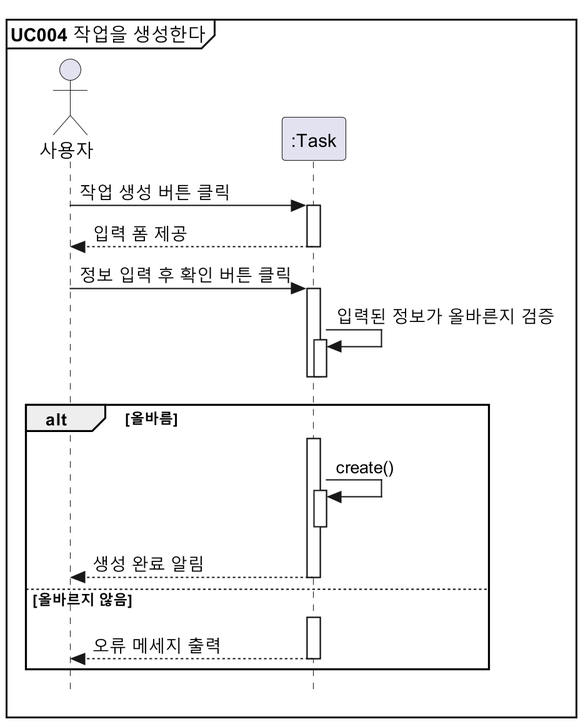
This is docs/설계명세서/images/seq_diag/uc004.png from parkchamchi/SoftwareEngineering2023, a PlantUML export, as it was before one commit. Source of this version:
```plantuml
@startuml
!includesub style.puml!STYLE

mainframe **UC004** 작업을 생성한다

actor 사용자
participant ":Task" as Task

사용자 -> Task : 작업 생성 버튼 클릭
Task --> 사용자 : 입력 폼 제공

사용자 -> Task : 정보 입력 후 확인 버튼 클릭
Task -> Task : 입력된 정보가 올바른지 검증
deactivate Task
deactivate Task

alt 올바름
	사용자 -[hidden]> Task
	Task -> Task : create()
	deactivate Task
	Task --> 사용자 : 생성 완료 알림
else 올바르지 않음
	사용자 -[hidden]> Task
	Task --> 사용자 : 오류 메세지 출력
end

@enduml
```
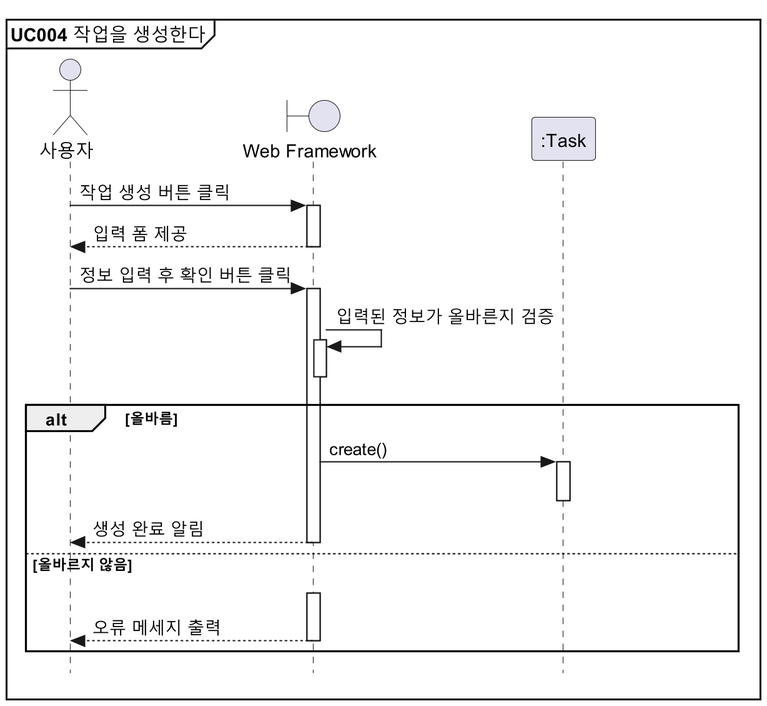
The same diagram one commit later.

Change to the diagram source:
```diff
@@ -3,25 +3,24 @@
 
 mainframe **UC004** 작업을 생성한다
 
-actor 사용자
+!includesub style.puml!PARTICIPANTS
 participant ":Task" as Task
 
-사용자 -> Task : 작업 생성 버튼 클릭
-Task --> 사용자 : 입력 폼 제공
+사용자 -> view : 작업 생성 버튼 클릭
+view --> 사용자 : 입력 폼 제공
 
-사용자 -> Task : 정보 입력 후 확인 버튼 클릭
-Task -> Task : 입력된 정보가 올바른지 검증
-deactivate Task
-deactivate Task
+사용자 -> view : 정보 입력 후 확인 버튼 클릭
+view -> view : 입력된 정보가 올바른지 검증
+deactivate view
 
 alt 올바름
-	사용자 -[hidden]> Task
-	Task -> Task : create()
+	view -> Task : create()
 	deactivate Task
-	Task --> 사용자 : 생성 완료 알림
+	deactivate Task
+	view --> 사용자 : 생성 완료 알림
 else 올바르지 않음
-	사용자 -[hidden]> Task
-	Task --> 사용자 : 오류 메세지 출력
+	view -[hidden]> view
+	view --> 사용자 : 오류 메세지 출력
 end
 
 @enduml
```
